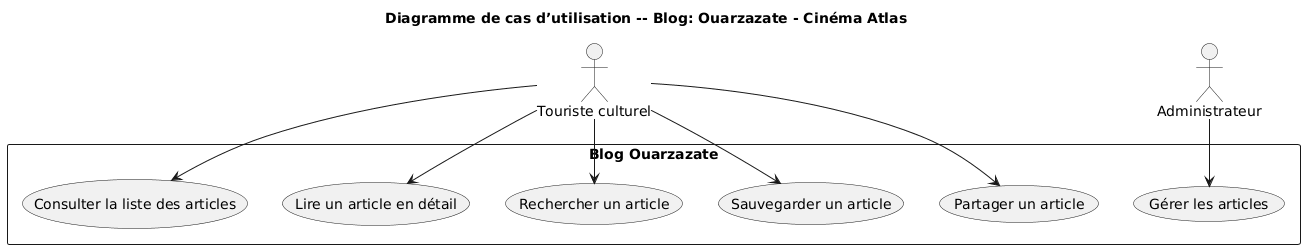
Above: Rapport/images/Diagramme_cas_utilisation_Blog.png in BENYEKHLEF-Anouar/Blog-Chefchaouen-Bleu-Durable (PlantUML), before the change.
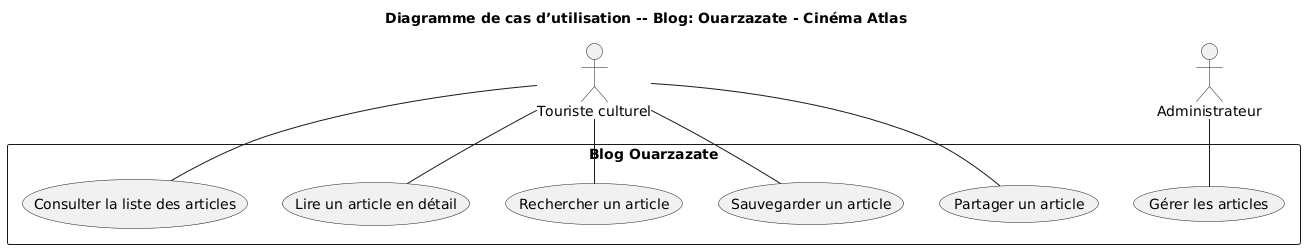
The same diagram one commit later.

Commit message:
Update branche_fonctionnelle.md and add use case diagram

The edit, as a diff of the source:
```diff
@@ -14,11 +14,11 @@
   (Gérer les articles) as UC6
 }
 
-Touriste --> UC1
-Touriste --> UC2
-Touriste --> UC3
-Touriste --> UC4
-Touriste --> UC5
+Touriste -- UC1
+Touriste -- UC2
+Touriste -- UC3
+Touriste -- UC4
+Touriste -- UC5
 
-Admin --> UC6
+Admin -- UC6
 @enduml
```
